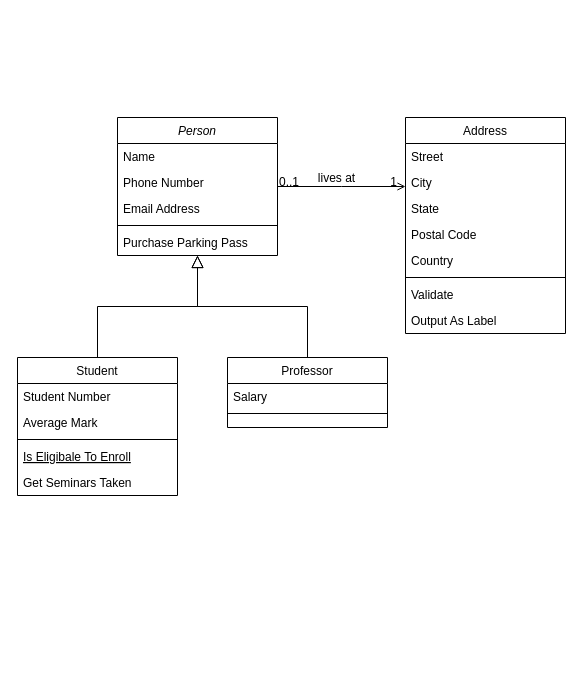
The draw.io diagram ChessGame Diagram.drawio in LiorX51/Chess, before the edit. Source tidied: cells renumbered, new cells numbered last; positions are measured from the earlier drawing's top-left corner, leaving out a move shared by most shapes. Both pictures are drawn from the tidied source at 100%, with x=0, y=0 at pixel (17, 117).
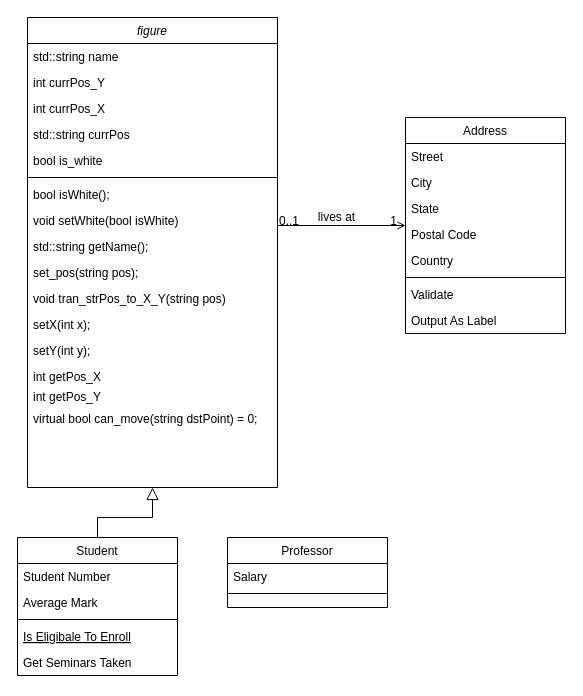
After the change.

What changed in the source:
```diff
@@
-    <mxCell id="2" value="Person" style="swimlane;fontStyle=2;align=center;verticalAlign=top;horizontal=1;startSize=26;rounded=0;shadow=0;strokeWidth=1;" parent="1" vertex="1">
-      <mxGeometry x="100" width="160" height="138" as="geometry" />
+    <mxCell id="2" value="figure" style="swimlane;fontStyle=2;align=center;verticalAlign=top;horizontal=1;startSize=26;rounded=0;shadow=0;strokeWidth=1;" parent="1" vertex="1">
+      <mxGeometry x="10" y="-100" width="250" height="470" as="geometry" />
     </mxCell>
-    <mxCell id="3" value="Name" style="text;align=left;verticalAlign=top;spacingLeft=4;spacingRight=4;overflow=hidden;" parent="2" vertex="1">
-      <mxGeometry y="26" width="160" height="26" as="geometry" />
+    <mxCell id="3" value="std::string name" style="text;align=left;verticalAlign=top;spacingLeft=4;spacingRight=4;overflow=hidden;" parent="2" vertex="1">
+      <mxGeometry y="26" width="250" height="26" as="geometry" />
     </mxCell>
+    <mxCell id="32" value="int currPos_Y" style="text;strokeColor=none;fillColor=none;align=left;verticalAlign=top;spacingLeft=4;spacingRight=4;overflow=hidden;" parent="2" vertex="1">
+      <mxGeometry y="52" width="250" height="26" as="geometry" />
+    </mxCell>
-    <mxCell id="4" value="Phone Number" style="text;align=left;verticalAlign=top;spacingLeft=4;spacingRight=4;overflow=hidden;rounded=0;shadow=0;html=0;" parent="2" vertex="1">
-      <mxGeometry y="52" width="160" height="26" as="geometry" />
+    <mxCell id="4" value="int currPos_X" style="text;align=left;verticalAlign=top;spacingLeft=4;spacingRight=4;overflow=hidden;rounded=0;shadow=0;html=0;" parent="2" vertex="1">
+      <mxGeometry y="78" width="250" height="26" as="geometry" />
     </mxCell>
-    <mxCell id="5" value="Email Address" style="text;align=left;verticalAlign=top;spacingLeft=4;spacingRight=4;overflow=hidden;rounded=0;shadow=0;html=0;" parent="2" vertex="1">
-      <mxGeometry y="78" width="160" height="26" as="geometry" />
-    </mxCell>
+    <mxCell id="33" value="std::string currPos&#10;" style="text;strokeColor=none;fillColor=none;align=left;verticalAlign=top;spacingLeft=4;spacingRight=4;overflow=hidden;" parent="2" vertex="1">
+      <mxGeometry y="104" width="250" height="26" as="geometry" />
+    </mxCell>
+    <mxCell id="34" value="bool is_white" style="text;strokeColor=none;fillColor=none;align=left;verticalAlign=top;spacingLeft=4;spacingRight=4;overflow=hidden;" parent="2" vertex="1">
+      <mxGeometry y="130" width="250" height="26" as="geometry" />
+    </mxCell>
     <mxCell id="6" style="line;html=1;strokeWidth=1;align=left;verticalAlign=middle;spacingTop=-1;spacingLeft=3;spacingRight=3;labelPosition=right;" parent="2" vertex="1">
-      <mxGeometry y="104" width="160" height="8" as="geometry" />
+      <mxGeometry y="156" width="250" height="8" as="geometry" />
     </mxCell>
+    <mxCell id="35" value="bool isWhite();" style="text;strokeColor=none;fillColor=none;align=left;verticalAlign=top;spacingLeft=4;spacingRight=4;overflow=hidden;" parent="2" vertex="1">
+      <mxGeometry y="164" width="250" height="26" as="geometry" />
+    </mxCell>
+    <mxCell id="36" value="void setWhite(bool isWhite)" style="text;strokeColor=none;fillColor=none;align=left;verticalAlign=top;spacingLeft=4;spacingRight=4;overflow=hidden;" parent="2" vertex="1">
+      <mxGeometry y="190" width="250" height="26" as="geometry" />
+    </mxCell>
-    <mxCell id="7" value="Purchase Parking Pass" style="text;align=left;verticalAlign=top;spacingLeft=4;spacingRight=4;overflow=hidden;" parent="2" vertex="1">
-      <mxGeometry y="112" width="160" height="26" as="geometry" />
+    <mxCell id="7" value="std::string getName();" style="text;align=left;verticalAlign=top;spacingLeft=4;spacingRight=4;overflow=hidden;" parent="2" vertex="1">
+      <mxGeometry y="216" width="250" height="26" as="geometry" />
     </mxCell>
+    <mxCell id="37" value="set_pos(string pos);" style="text;strokeColor=none;fillColor=none;align=left;verticalAlign=top;spacingLeft=4;spacingRight=4;overflow=hidden;" parent="2" vertex="1">
+      <mxGeometry y="242" width="250" height="26" as="geometry" />
+    </mxCell>
+    <mxCell id="38" value="void tran_strPos_to_X_Y(string pos)" style="text;strokeColor=none;fillColor=none;align=left;verticalAlign=top;spacingLeft=4;spacingRight=4;overflow=hidden;" parent="2" vertex="1">
+      <mxGeometry y="268" width="250" height="26" as="geometry" />
+    </mxCell>
+    <mxCell id="39" value="setX(int x);" style="text;strokeColor=none;fillColor=none;align=left;verticalAlign=top;spacingLeft=4;spacingRight=4;overflow=hidden;" parent="2" vertex="1">
+      <mxGeometry y="294" width="250" height="26" as="geometry" />
+    </mxCell>
+    <mxCell id="40" value="setY(int y);" style="text;strokeColor=none;fillColor=none;align=left;verticalAlign=top;spacingLeft=4;spacingRight=4;overflow=hidden;" parent="2" vertex="1">
+      <mxGeometry y="320" width="250" height="26" as="geometry" />
+    </mxCell>
+    <mxCell id="41" value="int getPos_X" style="text;strokeColor=none;fillColor=none;align=left;verticalAlign=top;spacingLeft=4;spacingRight=4;overflow=hidden;" parent="2" vertex="1">
+      <mxGeometry y="346" width="250" height="20" as="geometry" />
+    </mxCell>
+    <mxCell id="42" value="int getPos_Y" style="text;strokeColor=none;fillColor=none;align=left;verticalAlign=top;spacingLeft=4;spacingRight=4;overflow=hidden;rounded=0;shadow=0;" parent="2" vertex="1">
+      <mxGeometry y="366" width="250" height="22" as="geometry" />
+    </mxCell>
+    <mxCell id="43" value="virtual bool can_move(string dstPoint) = 0;" style="text;strokeColor=none;fillColor=none;align=left;verticalAlign=top;spacingLeft=4;spacingRight=4;overflow=hidden;" parent="2" vertex="1">
+      <mxGeometry y="388" width="250" height="26" as="geometry" />
+    </mxCell>
     <mxCell id="8" value="Student" style="swimlane;fontStyle=0;align=center;verticalAlign=top;horizontal=1;startSize=26;rounded=0;shadow=0;strokeWidth=1;" parent="1" vertex="1">
-      <mxGeometry y="240" width="160" height="138" as="geometry" />
+      <mxGeometry y="420" width="160" height="138" as="geometry" />
     </mxCell>
@@
-    <mxCell id="14" style="endArrow=block;endSize=10;endFill=0;shadow=0;strokeWidth=1;rounded=0;edgeStyle=elbowEdgeStyle;elbow=vertical;" parent="1" edge="1" source="8" target="2">
-      <mxGeometry relative="1" as="geometry" />
-    </mxCell>
     <mxCell id="15" value="Professor" style="swimlane;fontStyle=0;align=center;verticalAlign=top;horizontal=1;startSize=26;rounded=0;shadow=0;strokeWidth=1;" parent="1" vertex="1">
-      <mxGeometry x="210" y="240" width="160" height="70" as="geometry" />
+      <mxGeometry x="210" y="420" width="160" height="70" as="geometry" />
     </mxCell>
@@
-    <mxCell id="18" style="endArrow=block;endSize=10;endFill=0;shadow=0;strokeWidth=1;rounded=0;edgeStyle=elbowEdgeStyle;elbow=vertical;" parent="1" edge="1" source="15" target="2">
-      <mxGeometry relative="1" as="geometry" />
+    <mxCell id="18" style="endArrow=block;endSize=10;endFill=0;shadow=0;strokeWidth=1;rounded=0;edgeStyle=elbowEdgeStyle;elbow=vertical;exitX=0.5;exitY=0;exitDx=0;exitDy=0;entryX=0.5;entryY=1;entryDx=0;entryDy=0;" parent="1" edge="1" source="8" target="2">
+      <mxGeometry relative="1" as="geometry">
+        <Array as="points">
+          <mxPoint x="220" y="400" />
+          <mxPoint x="230" y="395" />
+        </Array>
+      </mxGeometry>
     </mxCell>
```
